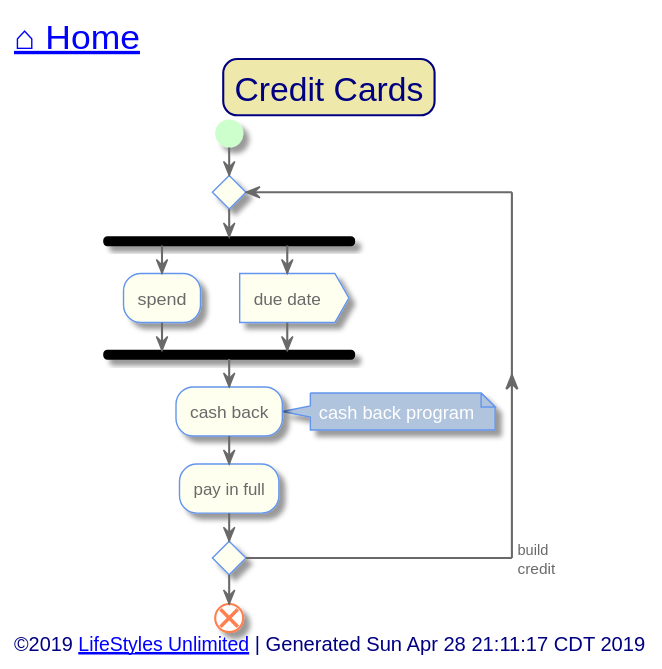
Before: out/src/unlimited-lifestyle/credit-cards.svg, a diagram exported from PlantUML (toddmo/lifestylesunlimited).
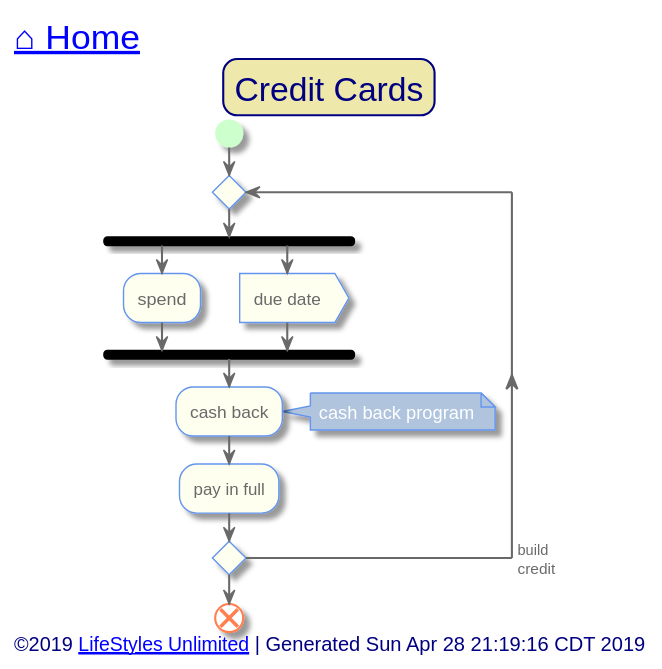
Later version of the same file.

What changed in the source:
```diff
@@ -99,7 +99,7 @@
 
 
 left footer
-	<font size=14>©2019 [[http://www.lifestylesunlimited.com LifeStyles Unlimited]] | Generated Sun Apr 28 21:11:17 CDT 2019</font>
+	<font size=14>©2019 [[http://www.lifestylesunlimited.com LifeStyles Unlimited]] | Generated Sun Apr 28 21:19:16 CDT 2019</font>
 endfooter
 
 
```
